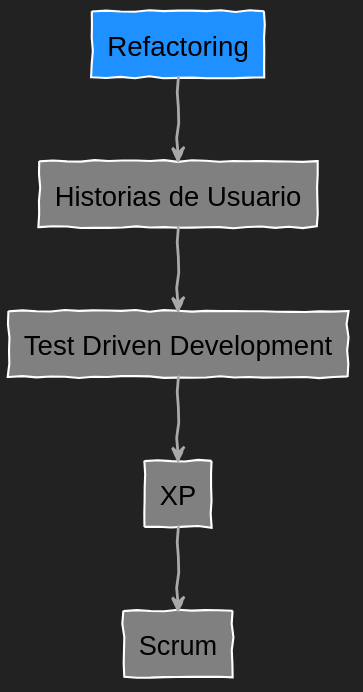
Above: USantaTecla/6-agiles/0-itinerario/images/diagramaPruebas.svg in USantaTecla-0-general/3-publicaciones (PlantUML), before the change. Its diagram source:
```plantuml
@startuml
skinparam backgroundColor #222222
skinparam handwritten true

skinparam shadowing false
skinparam padding 1
skinparam arrow {
    Thickness 2
    Color #DarkGrey
    FontSize 20
    FontName courier
    FontStyle normal
    FontColor #white
}
skinparam rectangle {
    FontSize 20
    FontColor #Black
    BorderColor #white
}

rectangle Refactoring #DodgerBlue
rectangle "Historias de Usuario" as historiasUsuario #Gray
rectangle "Test Driven Development" as testDrivenDevelopment #Gray
rectangle XP #Gray
rectangle Scrum  #Gray

Refactoring -down-> historiasUsuario
historiasUsuario -down-> testDrivenDevelopment
testDrivenDevelopment -down-> XP
XP -down-> Scrum
@enduml
```
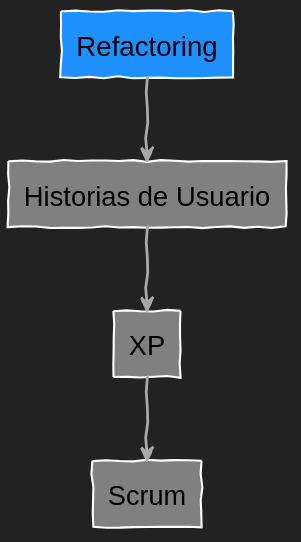
Later version of the same file.

Diff of the diagram source:
```diff
@@ -20,12 +20,10 @@
 
 rectangle Refactoring #DodgerBlue
 rectangle "Historias de Usuario" as historiasUsuario #Gray
-rectangle "Test Driven Development" as testDrivenDevelopment #Gray
 rectangle XP #Gray
 rectangle Scrum  #Gray
 
 Refactoring -down-> historiasUsuario
-historiasUsuario -down-> testDrivenDevelopment
-testDrivenDevelopment -down-> XP
+historiasUsuario -down-> XP
 XP -down-> Scrum
 @enduml
```
